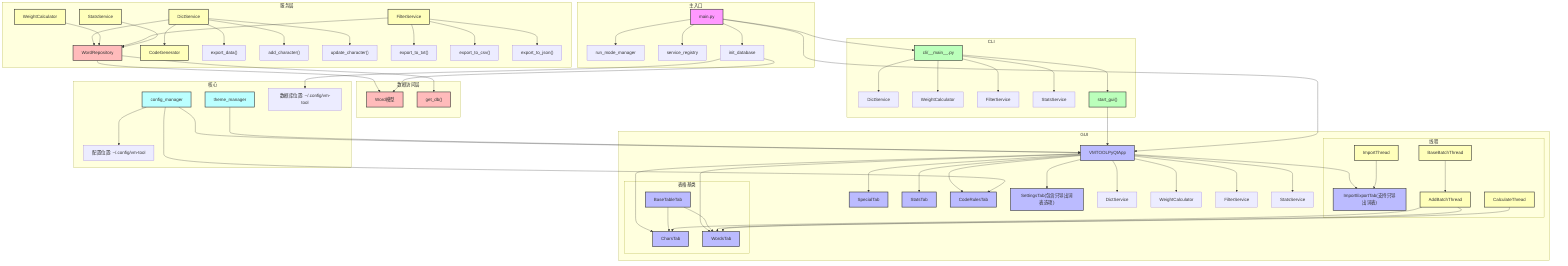
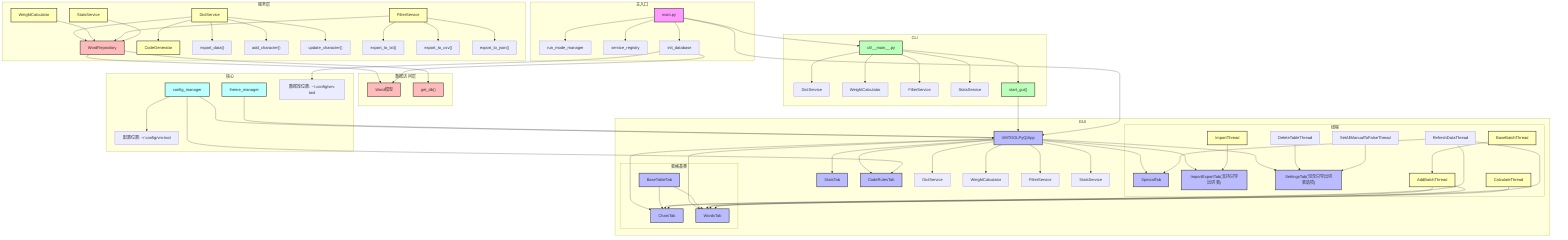
flowchart TD
    subgraph 主入口
        main["main.py"] --> run_mode["run_mode_manager"]
        main --> service_registry["service_registry"]
        main --> init_db["init_database"]
    end

    subgraph GUI
        VMTOOLPyQtApp["VMTOOLPyQtApp"] --> CharsTab["CharsTab"]
        VMTOOLPyQtApp --> SpecialTab["SpecialTab"]
        VMTOOLPyQtApp --> WordsTab["WordsTab"]
        VMTOOLPyQtApp --> StatsTab["StatsTab"]
        VMTOOLPyQtApp --> ImportExportTab["ImportExportTab(支持只导出词表)"]
        VMTOOLPyQtApp --> CodeRulesTab["CodeRulesTab"]
        VMTOOLPyQtApp --> SettingsTab["SettingsTab(包含只导出词表选项)"]
        VMTOOLPyQtApp --> DictService_GUI["DictService"]
        VMTOOLPyQtApp --> WeightCalculator_GUI["WeightCalculator"]
        VMTOOLPyQtApp --> FilterService_GUI["FilterService"]
        VMTOOLPyQtApp --> StatsService_GUI["StatsService"]

        subgraph 表格基类
            BaseTableTab["BaseTableTab"] --> WordsTab
            BaseTableTab --> CharsTab
        end

        subgraph 线程
            BaseBatchThread["BaseBatchThread"] --> AddBatchThread["AddBatchThread"]
            AddBatchThread --> WordsTab
            AddBatchThread --> CharsTab
            ImportThread["ImportThread"] --> ImportExportTab
            CalculateThread["CalculateThread"] --> WordsTab
+             DeleteTableThread["DeleteTableThread"] --> SettingsTab
+             SetAllManualToFalseThread["SetAllManualToFalseThread"] --> SettingsTab
+             RefreshDataThread["RefreshDataThread"] --> WordsTab
+             RefreshDataThread --> CharsTab
+             RefreshDataThread --> SpecialTab
        end
    end

    subgraph CLI
        CLI_Main["cli/__main__.py"] --> DictService_CLI["DictService"]
        CLI_Main --> WeightCalculator_CLI["WeightCalculator"]
        CLI_Main --> FilterService_CLI["FilterService"]
        CLI_Main --> StatsService_CLI["StatsService"]
        CLI_Main --> start_gui["start_gui()"]
        start_gui --> VMTOOLPyQtApp
    end

    subgraph 服务层
        DictService["DictService"] --> WordRepository["WordRepository"]
        DictService --> CodeGenerator["CodeGenerator"]
        DictService --> export_data["export_data()"]
        DictService --> add_character["add_character()"]
        DictService --> update_character["update_character()"]
        WeightCalculator["WeightCalculator"] --> WordRepository
        FilterService["FilterService"] --> WordRepository
        FilterService --> export_to_txt["export_to_txt()"]
        FilterService --> export_to_csv["export_to_csv()"]
        FilterService --> export_to_json["export_to_json()"]
        StatsService["StatsService"] --> WordRepository
    end

    subgraph 数据访问层
        WordRepository --> Word["Word模型"]
        WordRepository --> get_db["get_db()"]
        init_db --> Word
    end

    subgraph 核心
        config_manager["config_manager"] --> VMTOOLPyQtApp
        config_manager --> CodeRulesTab
        theme_manager["theme_manager"] --> VMTOOLPyQtApp
        config_manager --> config_location["配置位置: ~/.config/vm-tool"]
        init_db --> db_location["数据库位置: ~/.config/vm-tool"]
    end

    main --> CLI_Main
    main --> VMTOOLPyQtApp

    classDef main fill:#f9f,stroke:#333,stroke-width:2px;
    classDef gui fill:#bbf,stroke:#333,stroke-width:2px;
    classDef cli fill:#bfb,stroke:#333,stroke-width:2px;
    classDef service fill:#ffb,stroke:#333,stroke-width:2px;
    classDef dal fill:#fbb,stroke:#333,stroke-width:2px;
    classDef core fill:#bff,stroke:#333,stroke-width:2px;

    class main main;
    class VMTOOLPyQtApp,CharsTab,SpecialTab,WordsTab,StatsTab,ImportExportTab,CodeRulesTab,SettingsTab,BaseTableTab gui;
    class CLI_Main,start_gui cli;
    class DictService,WeightCalculator,FilterService,StatsService,CodeGenerator service;
    class WordRepository,Word,get_db,dal dal;
    class config_manager,theme_manager core;
    class BaseBatchThread,AddBatchThread,ImportThread,CalculateThread service;